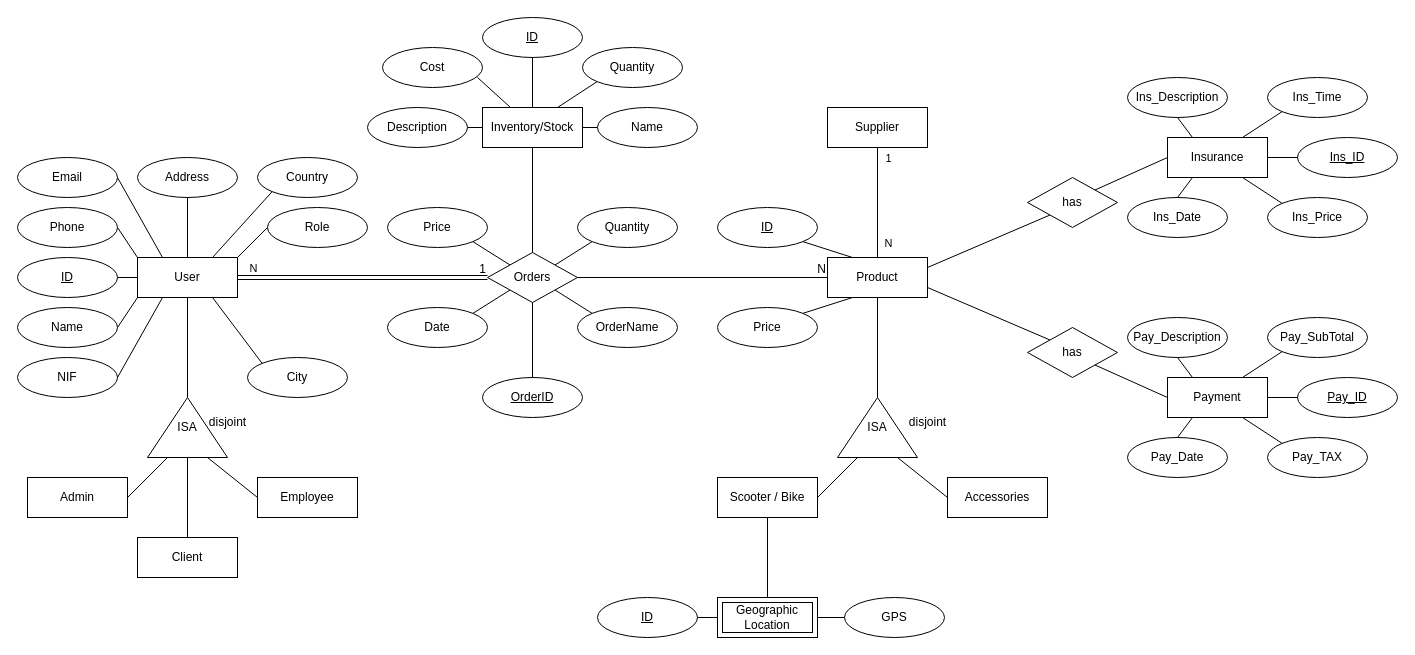
Earlier version of the draw.io diagram RentalService.drawio (joaoafonso02/BD). Source tidied: cells renumbered, new cells numbered last; positions are measured from the earlier drawing's top-left corner, leaving out a move shared by most shapes. Both pictures are drawn from the tidied source at 100%, with x=0, y=0 at pixel (17, 17).
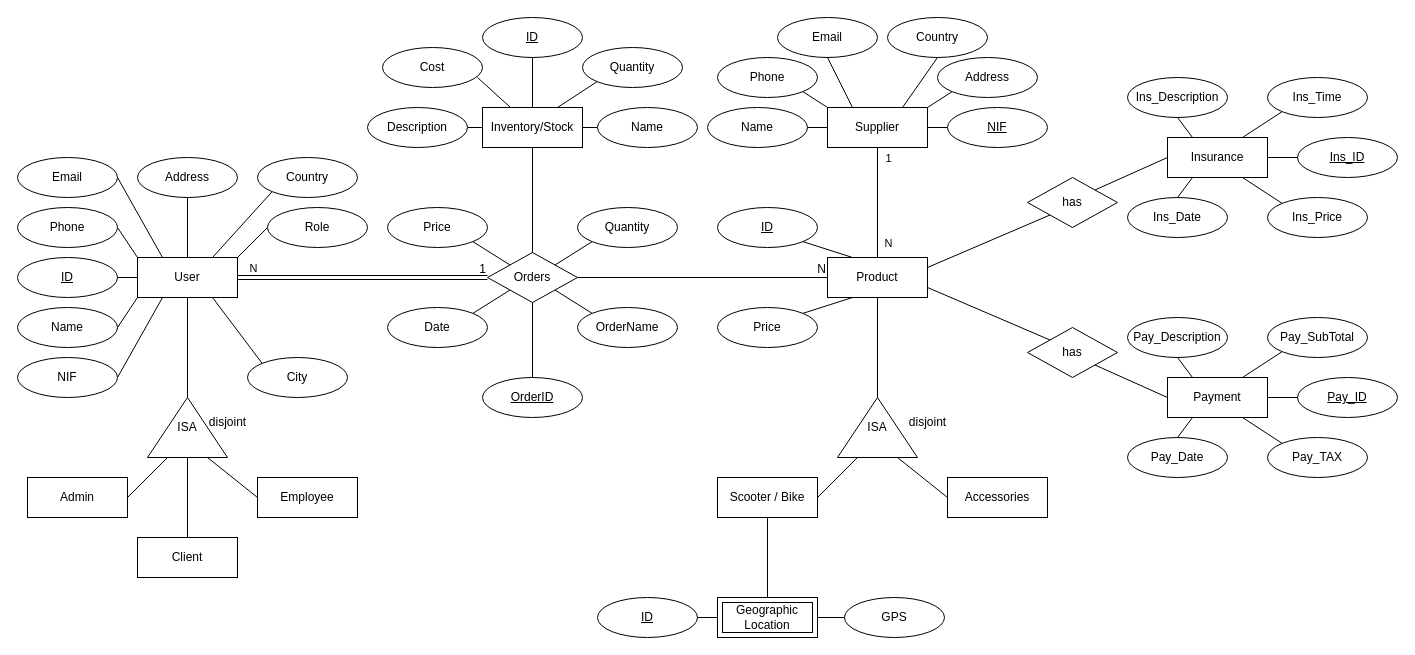
Above is the later version.

The change refers to these unchanged cells:
```xml
<mxCell id="58" value="Supplier" style="whiteSpace=wrap;html=1;align=center;" parent="1" vertex="1">
  <mxGeometry x="810" y="90" width="100" height="40" as="geometry" />
</mxCell>
```

Change to the diagram source:
```diff
@@
+    <mxCell id="108" value="&lt;u&gt;NIF&lt;/u&gt;" style="ellipse;whiteSpace=wrap;html=1;align=center;" parent="1" vertex="1">
+      <mxGeometry x="930" y="90" width="100" height="40" as="geometry" />
+    </mxCell>
+    <mxCell id="109" value="Name" style="ellipse;whiteSpace=wrap;html=1;align=center;" parent="1" vertex="1">
+      <mxGeometry x="690" y="90" width="100" height="40" as="geometry" />
+    </mxCell>
+    <mxCell id="110" value="Phone" style="ellipse;whiteSpace=wrap;html=1;align=center;" parent="1" vertex="1">
+      <mxGeometry x="700" y="40" width="100" height="40" as="geometry" />
+    </mxCell>
+    <mxCell id="111" value="Email" style="ellipse;whiteSpace=wrap;html=1;align=center;" parent="1" vertex="1">
+      <mxGeometry x="760" width="100" height="40" as="geometry" />
+    </mxCell>
+    <mxCell id="112" value="Address" style="ellipse;whiteSpace=wrap;html=1;align=center;" parent="1" vertex="1">
+      <mxGeometry x="920" y="40" width="100" height="40" as="geometry" />
+    </mxCell>
+    <mxCell id="113" value="Country" style="ellipse;whiteSpace=wrap;html=1;align=center;" parent="1" vertex="1">
+      <mxGeometry x="870" width="100" height="40" as="geometry" />
+    </mxCell>
+    <mxCell id="114" style="endArrow=none;html=1;rounded=0;exitX=0;exitY=0.5;exitDx=0;exitDy=0;entryX=1;entryY=0.5;entryDx=0;entryDy=0;" parent="1" edge="1" source="58" target="109">
+      <mxGeometry relative="1" as="geometry" />
+    </mxCell>
+    <mxCell id="115" style="endArrow=none;html=1;rounded=0;entryX=0;entryY=0.5;entryDx=0;entryDy=0;exitX=1;exitY=0.5;exitDx=0;exitDy=0;" parent="1" edge="1" source="58" target="108">
+      <mxGeometry relative="1" as="geometry" />
+    </mxCell>
+    <mxCell id="116" style="endArrow=none;html=1;rounded=0;exitX=0;exitY=0;exitDx=0;exitDy=0;entryX=1;entryY=1;entryDx=0;entryDy=0;" parent="1" edge="1" source="58" target="110">
+      <mxGeometry relative="1" as="geometry" />
+    </mxCell>
+    <mxCell id="117" style="endArrow=none;html=1;rounded=0;entryX=0;entryY=1;entryDx=0;entryDy=0;" parent="1" edge="1" target="112">
+      <mxGeometry relative="1" as="geometry">
+        <mxPoint x="910" y="90" as="sourcePoint" />
+      </mxGeometry>
+    </mxCell>
+    <mxCell id="118" style="endArrow=none;html=1;rounded=0;exitX=0.25;exitY=0;exitDx=0;exitDy=0;entryX=0.5;entryY=1;entryDx=0;entryDy=0;" parent="1" edge="1" source="58" target="111">
+      <mxGeometry relative="1" as="geometry" />
+    </mxCell>
+    <mxCell id="119" style="endArrow=none;html=1;rounded=0;exitX=0.75;exitY=0;exitDx=0;exitDy=0;entryX=0.5;entryY=1;entryDx=0;entryDy=0;" parent="1" edge="1" source="58" target="113">
+      <mxGeometry relative="1" as="geometry" />
+    </mxCell>
```
